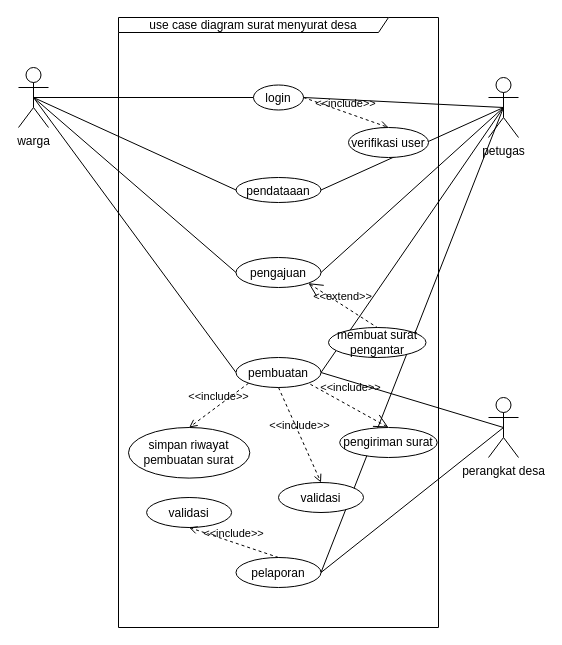
novianh/desain-dan-analis-sistem keeps this draw.io diagram as page "UML" (3 of 4) of state Diagram.drawio. Above is the earlier version. Source tidied: cells renumbered, new cells numbered last; positions are measured from the earlier drawing's top-left corner, leaving out a move shared by most shapes. Both pictures are drawn from the tidied source at 100%, with x=0, y=0 at pixel (18, 17).
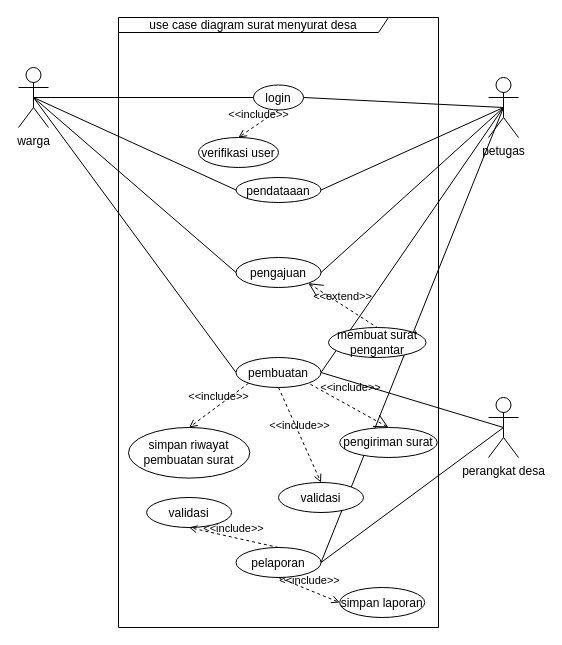
Above is the later version.

Unchanged cells that the change refers to:
```xml
<mxCell id="17" value="login" style="ellipse;" parent="1" vertex="1">
  <mxGeometry x="235" y="67.5" width="50" height="25" as="geometry" />
</mxCell>
```

What changed in the source:
```diff
@@
     <mxCell id="21" value="pelaporan" style="ellipse;" parent="1" vertex="1">
-      <mxGeometry x="217.5" y="540" width="85" height="30" as="geometry" />
+      <mxGeometry x="217.5" y="530" width="85" height="30" as="geometry" />
     </mxCell>
-    <mxCell id="22" value="&amp;lt;&amp;lt;include&amp;gt;&amp;gt;" style="edgeStyle=none;html=1;endArrow=open;verticalAlign=bottom;dashed=1;labelBackgroundColor=none;exitX=1;exitY=0.5;exitDx=0;exitDy=0;entryX=0.5;entryY=0;entryDx=0;entryDy=0;" parent="1" edge="1" source="17" target="23">
+    <mxCell id="22" value="&amp;lt;&amp;lt;include&amp;gt;&amp;gt;" style="edgeStyle=none;html=1;endArrow=open;verticalAlign=bottom;dashed=1;labelBackgroundColor=none;exitX=0.5;exitY=1;exitDx=0;exitDy=0;entryX=0.5;entryY=0;entryDx=0;entryDy=0;" parent="1" edge="1" source="17" target="23">
       <mxGeometry relative="1" as="geometry" />
     </mxCell>
     <mxCell id="23" value="verifikasi user" style="ellipse;" parent="1" vertex="1">
-      <mxGeometry x="330" y="110" width="80" height="30" as="geometry" />
+      <mxGeometry x="180" y="120" width="80" height="30" as="geometry" />
     </mxCell>
@@
+    <mxCell id="34" value="simpan laporan" style="ellipse;" parent="1" vertex="1">
+      <mxGeometry x="321.2" y="570" width="85" height="30" as="geometry" />
+    </mxCell>
+    <mxCell id="35" value="&amp;lt;&amp;lt;include&amp;gt;&amp;gt;" style="edgeStyle=none;html=1;endArrow=open;verticalAlign=bottom;dashed=1;labelBackgroundColor=none;exitX=0.5;exitY=1;exitDx=0;exitDy=0;entryX=0;entryY=0.5;entryDx=0;entryDy=0;" parent="1" edge="1" source="21" target="34">
+      <mxGeometry relative="1" as="geometry" />
+    </mxCell>
```
